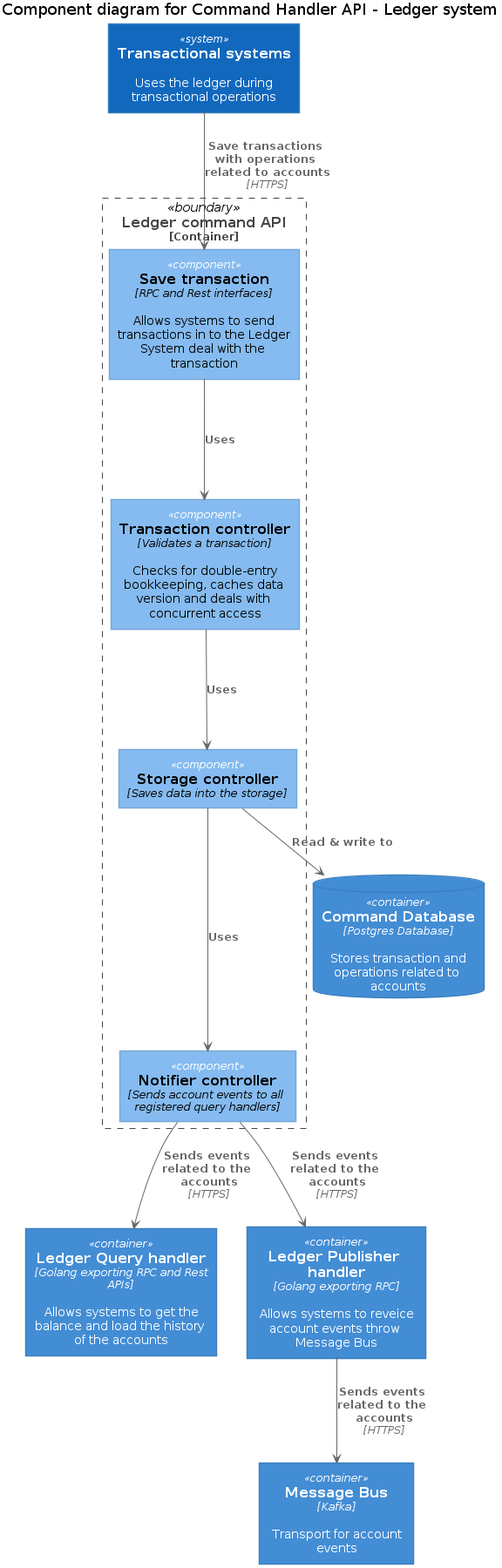
The PlantUML diagram docs/c4model/level_3_command_handler_component_diagram.png in fernandodr19/the-amazing-ledger, before a commit.
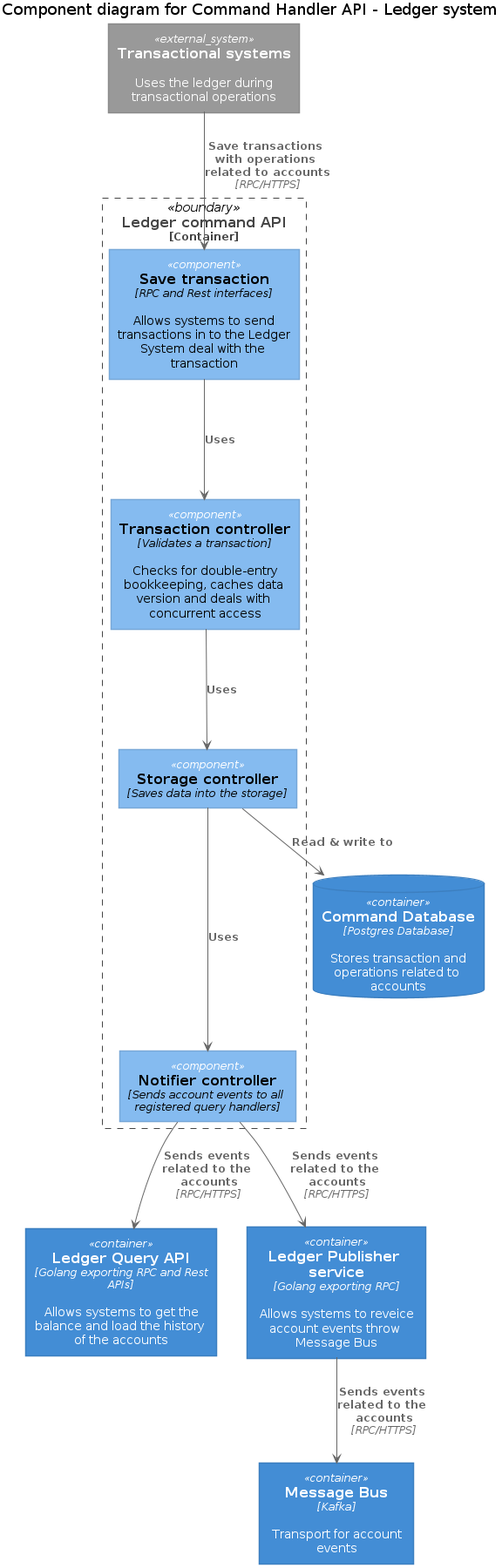
The same diagram one commit later.

What changed in the source:
```diff
@@ -3,10 +3,10 @@
 
 title Component diagram for Command Handler API - Ledger system
 
-System(transactional_systems, "Transactional systems", "Uses the ledger during transactional operations")
+System_Ext(transactional_systems, "Transactional systems", "Uses the ledger during transactional operations")
 
-Container(ledger_query_api, "Ledger Query handler", "Golang exporting RPC and Rest APIs", "Allows systems to get the balance and load the history of the accounts")
-Container(ledger_pub_handler, "Ledger Publisher handler", "Golang exporting RPC", "Allows systems to reveice account events throw Message Bus")
+Container(ledger_query_api, "Ledger Query API", "Golang exporting RPC and Rest APIs", "Allows systems to get the balance and load the history of the accounts")
+Container(ledger_pub_service, "Ledger Publisher service", "Golang exporting RPC", "Allows systems to reveice account events throw Message Bus")
 
 ContainerDb(command_database, "Command Database", "Postgres Database", "Stores transaction and operations related to accounts")
 
@@ -23,9 +23,9 @@
 
 Container(message_bus, "Message Bus", "Kafka", "Transport for account events")
 
-Rel(transactional_systems, transaction_usecase, "Save transactions with operations related to accounts", "HTTPS")
-Rel(notifier_controller, ledger_query_api, "Sends events related to the accounts", "HTTPS")
-Rel(notifier_controller, ledger_pub_handler, "Sends events related to the accounts", "HTTPS")
-Rel(ledger_pub_handler, message_bus, "Sends events related to the accounts", "HTTPS")
+Rel(transactional_systems, transaction_usecase, "Save transactions with operations related to accounts", "RPC/HTTPS")
+Rel(notifier_controller, ledger_query_api, "Sends events related to the accounts", "RPC/HTTPS")
+Rel(notifier_controller, ledger_pub_service, "Sends events related to the accounts", "RPC/HTTPS")
+Rel(ledger_pub_service, message_bus, "Sends events related to the accounts", "RPC/HTTPS")
 
 @enduml
```
